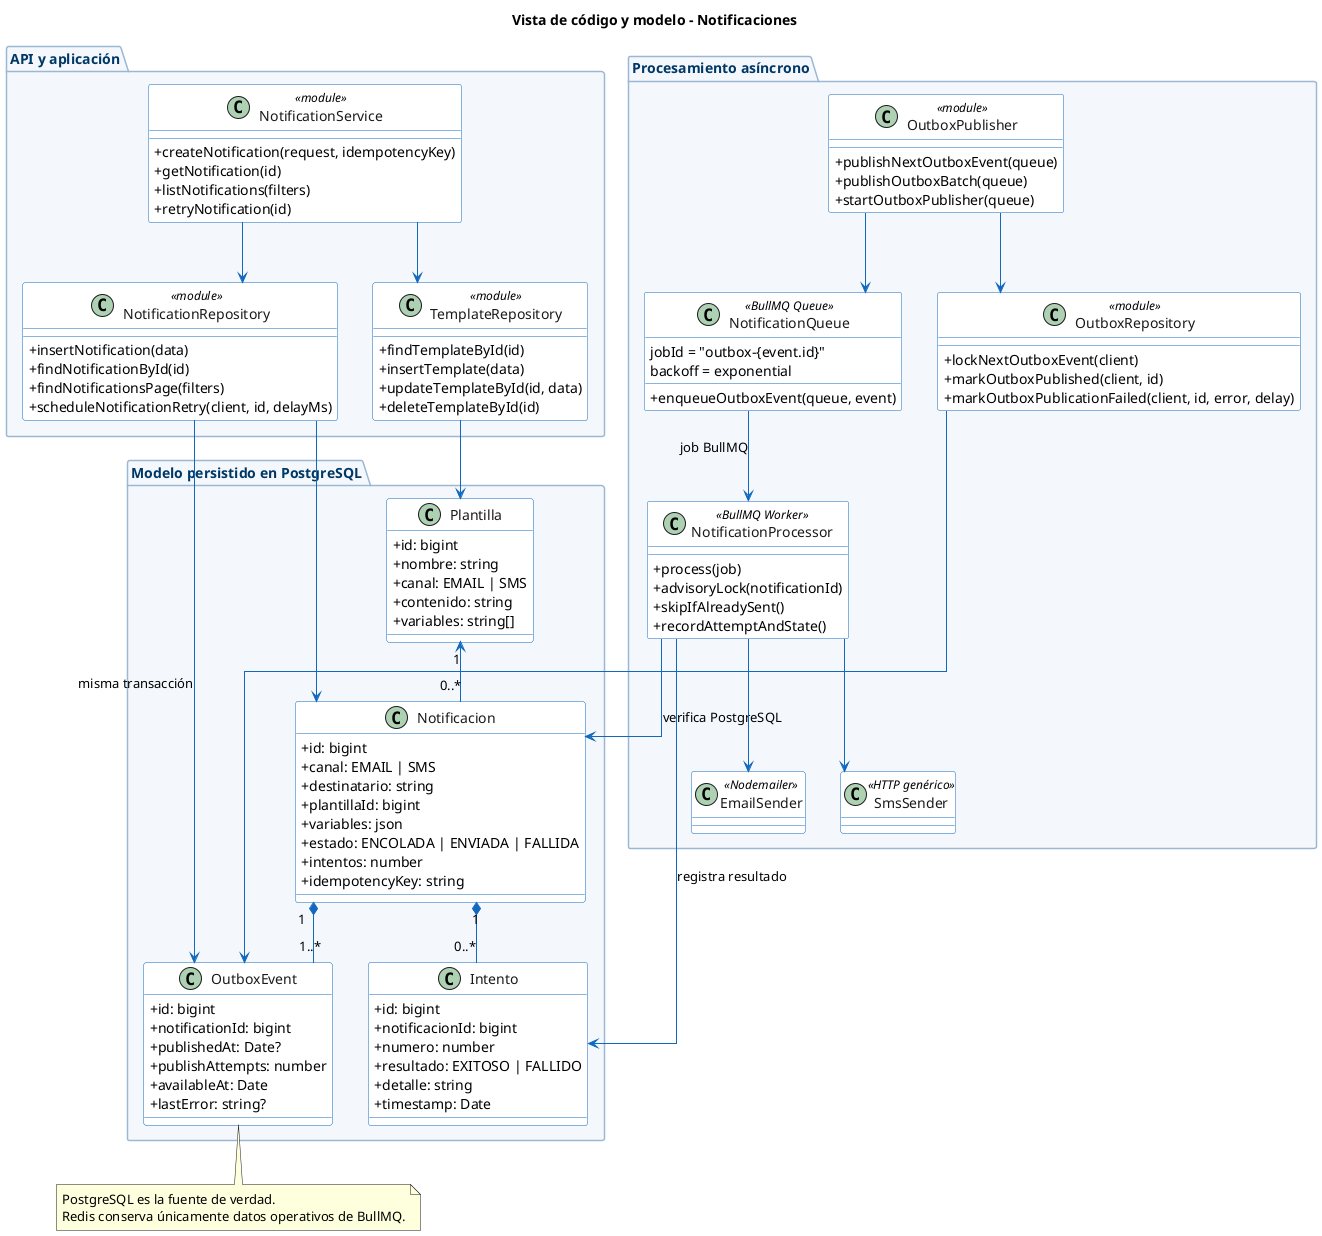
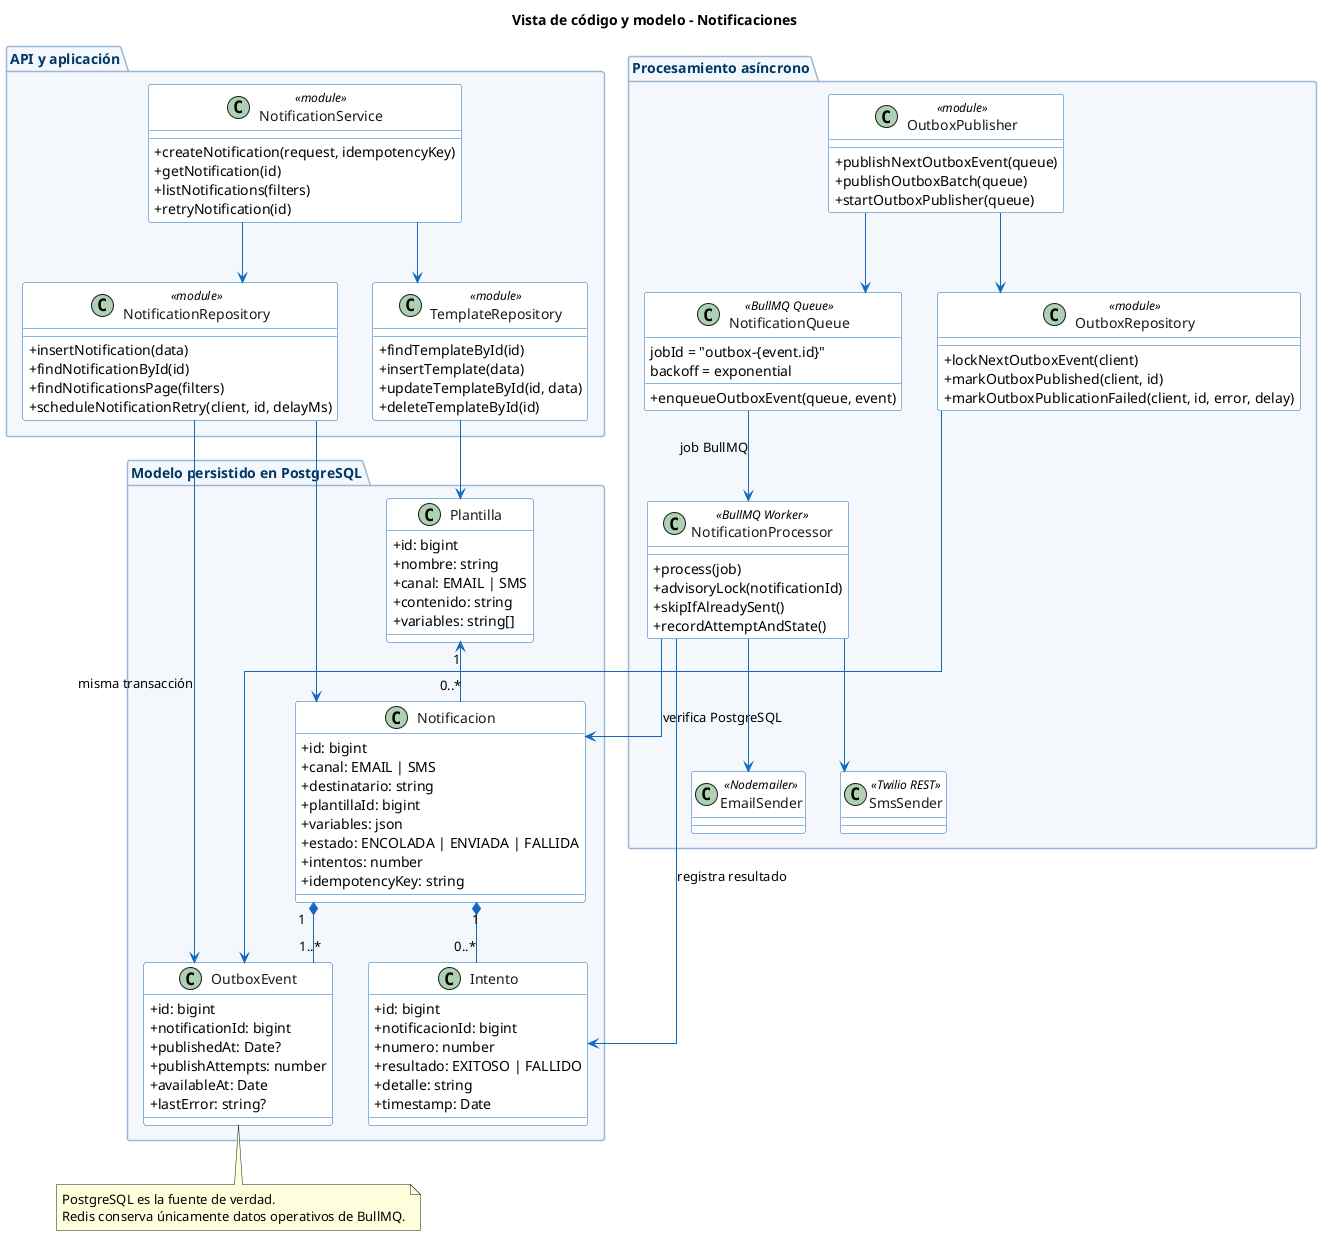
@startuml notificaciones-04-clases

skinparam backgroundColor #FFFFFF
skinparam shadowing false
skinparam classAttributeIconSize 0
skinparam linetype ortho
skinparam class {
    BackgroundColor #FFFFFF
    BorderColor #1168BD
    ArrowColor #1168BD
    FontColor #1A1A1A
}
skinparam package {
    BackgroundColor #F4F8FD
    BorderColor #9BB7D4
    FontColor #003865
}

title Vista de código y modelo - Notificaciones

package "Modelo persistido en PostgreSQL" {
    class Plantilla {
        +id: bigint
        +nombre: string
        +canal: EMAIL | SMS
        +contenido: string
        +variables: string[]
    }

    class Notificacion {
        +id: bigint
        +canal: EMAIL | SMS
        +destinatario: string
        +plantillaId: bigint
        +variables: json
        +estado: ENCOLADA | ENVIADA | FALLIDA
        +intentos: number
        +idempotencyKey: string
    }

    class Intento {
        +id: bigint
        +notificacionId: bigint
        +numero: number
        +resultado: EXITOSO | FALLIDO
        +detalle: string
        +timestamp: Date
    }

    class OutboxEvent {
        +id: bigint
        +notificationId: bigint
        +publishedAt: Date?
        +publishAttempts: number
        +availableAt: Date
        +lastError: string?
    }
}

Plantilla "1" <-- "0..*" Notificacion
Notificacion "1" *-- "0..*" Intento
Notificacion "1" *-- "1..*" OutboxEvent

package "API y aplicación" {
    class NotificationService <<module>> {
        +createNotification(request, idempotencyKey)
        +getNotification(id)
        +listNotifications(filters)
        +retryNotification(id)
    }

    class NotificationRepository <<module>> {
        +insertNotification(data)
        +findNotificationById(id)
        +findNotificationsPage(filters)
        +scheduleNotificationRetry(client, id, delayMs)
    }

    class TemplateRepository <<module>> {
        +findTemplateById(id)
        +insertTemplate(data)
        +updateTemplateById(id, data)
        +deleteTemplateById(id)
    }
}

package "Procesamiento asíncrono" {
    class OutboxPublisher <<module>> {
        +publishNextOutboxEvent(queue)
        +publishOutboxBatch(queue)
        +startOutboxPublisher(queue)
    }

    class OutboxRepository <<module>> {
        +lockNextOutboxEvent(client)
        +markOutboxPublished(client, id)
        +markOutboxPublicationFailed(client, id, error, delay)
    }

    class NotificationQueue <<BullMQ Queue>> {
        +enqueueOutboxEvent(queue, event)
        jobId = "outbox-{event.id}"
        backoff = exponential
    }

    class NotificationProcessor <<BullMQ Worker>> {
        +process(job)
        +advisoryLock(notificationId)
        +skipIfAlreadySent()
        +recordAttemptAndState()
    }

    class EmailSender <<Nodemailer>>
-     class SmsSender <<HTTP genérico>>
+     class SmsSender <<Twilio REST>>
}

NotificationService --> NotificationRepository
NotificationService --> TemplateRepository
NotificationRepository --> Notificacion
NotificationRepository --> OutboxEvent : misma transacción
TemplateRepository --> Plantilla

OutboxPublisher --> OutboxRepository
OutboxPublisher --> NotificationQueue
OutboxRepository --> OutboxEvent
NotificationQueue --> NotificationProcessor : job BullMQ
NotificationProcessor --> Notificacion : verifica PostgreSQL
NotificationProcessor --> Intento : registra resultado
NotificationProcessor --> EmailSender
NotificationProcessor --> SmsSender

note bottom of OutboxEvent
  PostgreSQL es la fuente de verdad.
  Redis conserva únicamente datos operativos de BullMQ.
end note

@enduml
